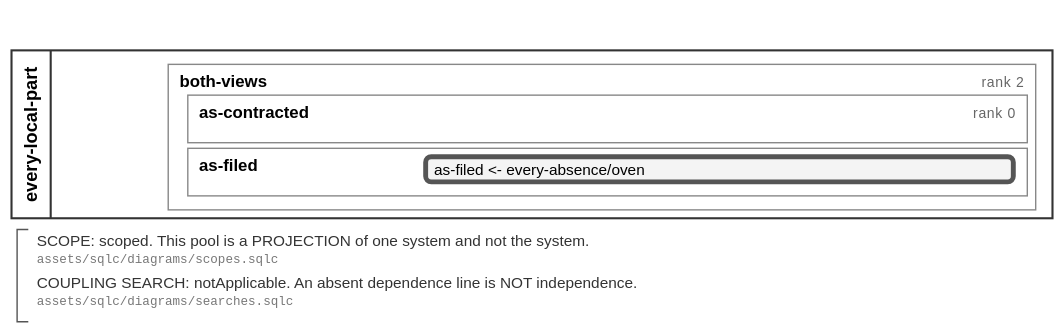
The BPMN diagram assets/svg/filings/every-local-part.svg in soulstompp/process-modulus, before a commit. Its source is kept beside it as assets/bpmn/filings/every-local-part.bpmn. Ids are renumbered. Source of this version:
```xml
<!-- GENERATED from process-modulus by examples/diagramming/main.rs. DO NOT EDIT.
     source: the filing `every-local-part`; change the model, not this file.
     laws:   assets/sqlc/diagrams/roster.sqlc -->
<definitions xmlns="http://www.omg.org/spec/BPMN/20100524/MODEL"
             xmlns:tns="urn:example:fixture:audit-firm:every-local-part"
             xmlns:bpmndi="http://www.omg.org/spec/BPMN/20100524/DI"
             xmlns:dc="http://www.omg.org/spec/DD/20100524/DC"
             xmlns:f0="urn:example:fixture:bakery:every-absence"
             targetNamespace="urn:example:fixture:audit-firm:every-local-part"
             id="defs_every-local-part">
  <import importType="http://www.omg.org/spec/BPMN/20100524/MODEL" namespace="urn:example:fixture:bakery:every-absence" location="every-absence.bpmn"/>
  <collaboration id="collab_every-local-part">
    <participant id="pool_every-local-part" name="every-local-part" processRef="proc_every-local-part"/>
  </collaboration>
  <process id="proc_every-local-part" isExecutable="false">
    <documentation>pm:Stack of `every-local-part`. Rendered from process-modulus; the arithmetic is not here, and how much of the system this stack holds is on the laneSet. [assets/sqlc/diagrams/pools.sqlc]</documentation>
    <laneSet id="lanes_every-local-part" name="draw">
      <documentation>scope: scoped. `complete` asserts there are no other layers of this system, `scoped` says somebody established what lies outside and excluded it, `unbounded` says nobody looked. ⛔ A LANE SET CANNOT SAY WHICH, so this sentence is the only place it is said. Basis: stipulated: one line of the bakery's system, held three ways. The bakery
                    runs more than this and this document does not carry it [assets/sqlc/diagrams/scopes.sqlc]</documentation>
      <documentation>coupling search: notApplicable. `unmeasured` is nobody looked, `none` is somebody looked and found no dependence, `notApplicable` is there is no pair to couple, `stated` is the dependences drawn here. An absent line is not independence. [assets/sqlc/diagrams/searches.sqlc]</documentation>
      <lane id="lane_every-local-part_both-views" name="both-views">
        <documentation>rank 2; nothing beneath this layer needs evaluating first at rank 0, and a higher rank waits on every arrival below it [assets/sqlc/rank/evaluation_order.sqlc]</documentation>
        <childLaneSet id="kids_every-local-part_both-views" name="parts">
          <lane id="lane_every-local-part_as-contracted" name="as-contracted">
            <documentation>rank 0; nothing beneath this layer needs evaluating first at rank 0, and a higher rank waits on every arrival below it [assets/sqlc/rank/evaluation_order.sqlc]</documentation>
          </lane>
          <lane id="lane_every-local-part_as-filed" name="as-filed">
            <documentation>rank 1; nothing beneath this layer needs evaluating first at rank 0, and a higher rank waits on every arrival below it [assets/sqlc/rank/evaluation_order.sqlc]</documentation>
            <flowNodeRef>call_every-local-part_as-filed_every-absence_oven</flowNodeRef>
          </lane>
        </childLaneSet>
      </lane>
    </laneSet>
    <callActivity id="call_every-local-part_as-filed_every-absence_oven" name="as-filed &lt;- every-absence/oven" calledElement="f0:proc_every-absence"/>
    <textAnnotation id="note_every-local-part_scope">
      <text>SCOPE: scoped. This pool is a PROJECTION of one system and not the system. [assets/sqlc/diagrams/scopes.sqlc]</text>
    </textAnnotation>
    <textAnnotation id="note_every-local-part_search">
      <text>COUPLING SEARCH: notApplicable. An absent dependence line is NOT independence. [assets/sqlc/diagrams/searches.sqlc]</text>
    </textAnnotation>
  </process>
  <relationship type="process-modulus:part" direction="Forward">
    <documentation>a composed layer and the layer it is composed FROM. `calledElement` names a process, so the call beside this one is at document grain; this is the same fact at layer grain. [assets/sqlc/diagrams/descents.sqlc]</documentation>
    <source>tns:lane_every-local-part_as-filed</source>
    <target>f0:lane_every-absence_oven</target>
  </relationship>
  <bpmndi:BPMNDiagram id="diagram_every-local-part">
    <bpmndi:BPMNPlane id="plane_every-local-part" bpmnElement="tns:collab_every-local-part">
      <bpmndi:BPMNShape id="shape_every-local-part_pool" bpmnElement="tns:pool_every-local-part" isHorizontal="true">
        <dc:Bounds x="8" y="36" width="744" height="120"/>
      </bpmndi:BPMNShape>
      <bpmndi:BPMNShape id="shape_every-local-part_lane_every-local-part_both-views" bpmnElement="tns:lane_every-local-part_both-views">
        <dc:Bounds x="120" y="46" width="620" height="104"/>
      </bpmndi:BPMNShape>
      <bpmndi:BPMNShape id="shape_every-local-part_lane_every-local-part_as-contracted" bpmnElement="tns:lane_every-local-part_as-contracted">
        <dc:Bounds x="134" y="68" width="600" height="34"/>
      </bpmndi:BPMNShape>
      <bpmndi:BPMNShape id="shape_every-local-part_lane_every-local-part_as-filed" bpmnElement="tns:lane_every-local-part_as-filed">
        <dc:Bounds x="134" y="106" width="600" height="34"/>
      </bpmndi:BPMNShape>
      <bpmndi:BPMNShape id="shape_every-local-part_call_every-local-part_as-filed_every-absence_oven" bpmnElement="tns:call_every-local-part_as-filed_every-absence_oven">
        <dc:Bounds x="304" y="112" width="420" height="18"/>
      </bpmndi:BPMNShape>
    </bpmndi:BPMNPlane>
  </bpmndi:BPMNDiagram>
</definitions>
```
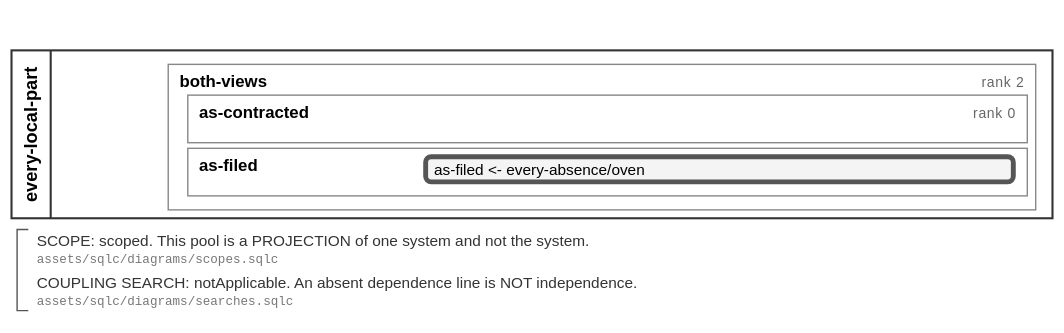
Above is the later version.

What changed in the source:
```diff
@@ -5,6 +5,7 @@
              xmlns:tns="urn:example:fixture:audit-firm:every-local-part"
              xmlns:bpmndi="http://www.omg.org/spec/BPMN/20100524/DI"
              xmlns:dc="http://www.omg.org/spec/DD/20100524/DC"
+             xmlns:di="http://www.omg.org/spec/DD/20100524/DI"
              xmlns:f0="urn:example:fixture:bakery:every-absence"
              targetNamespace="urn:example:fixture:audit-firm:every-local-part"
              id="defs_every-local-part">
@@ -39,11 +40,6 @@
       <text>COUPLING SEARCH: notApplicable. An absent dependence line is NOT independence. [assets/sqlc/diagrams/searches.sqlc]</text>
     </textAnnotation>
   </process>
-  <relationship type="process-modulus:part" direction="Forward">
-    <documentation>a composed layer and the layer it is composed FROM. `calledElement` names a process, so the call beside this one is at document grain; this is the same fact at layer grain. [assets/sqlc/diagrams/descents.sqlc]</documentation>
-    <source>tns:lane_every-local-part_as-filed</source>
-    <target>f0:lane_every-absence_oven</target>
-  </relationship>
   <bpmndi:BPMNDiagram id="diagram_every-local-part">
     <bpmndi:BPMNPlane id="plane_every-local-part" bpmnElement="tns:collab_every-local-part">
       <bpmndi:BPMNShape id="shape_every-local-part_pool" bpmnElement="tns:pool_every-local-part" isHorizontal="true">
@@ -61,6 +57,17 @@
       <bpmndi:BPMNShape id="shape_every-local-part_call_every-local-part_as-filed_every-absence_oven" bpmnElement="tns:call_every-local-part_as-filed_every-absence_oven">
         <dc:Bounds x="304" y="112" width="420" height="18"/>
       </bpmndi:BPMNShape>
+      <bpmndi:BPMNShape id="shape_every-local-part_note_every-local-part_scope" bpmnElement="tns:note_every-local-part_scope">
+        <dc:Bounds x="20" y="164" width="720" height="28"/>
+      </bpmndi:BPMNShape>
+      <bpmndi:BPMNShape id="shape_every-local-part_note_every-local-part_search" bpmnElement="tns:note_every-local-part_search">
+        <dc:Bounds x="20" y="194" width="720" height="28"/>
+      </bpmndi:BPMNShape>
     </bpmndi:BPMNPlane>
   </bpmndi:BPMNDiagram>
+  <relationship type="process-modulus:part" direction="Forward">
+    <documentation>a composed layer and the layer it is composed FROM. `calledElement` names a process, so the call beside this one is at document grain; this is the same fact at layer grain. [assets/sqlc/diagrams/descents.sqlc]</documentation>
+    <source>tns:lane_every-local-part_as-filed</source>
+    <target>f0:lane_every-absence_oven</target>
+  </relationship>
 </definitions>
```
